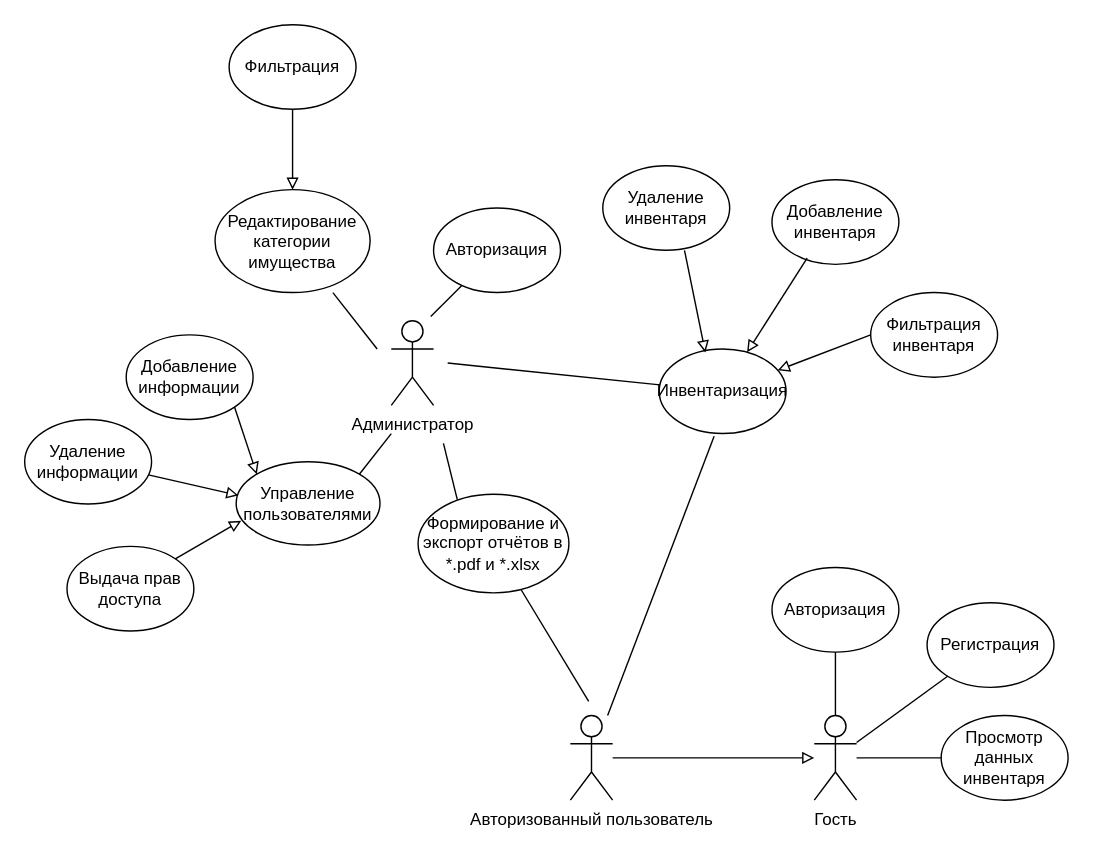
Above: Диаграмма использования 2.0.drawio in kenikor/CourseProject (draw.io), before the change. Source tidied: cells renumbered, new cells numbered last; positions are measured from the earlier drawing's top-left corner, leaving out a move shared by most shapes. Both pictures are drawn from the tidied source at 141%, with x=0, y=0 at pixel (24, 24).
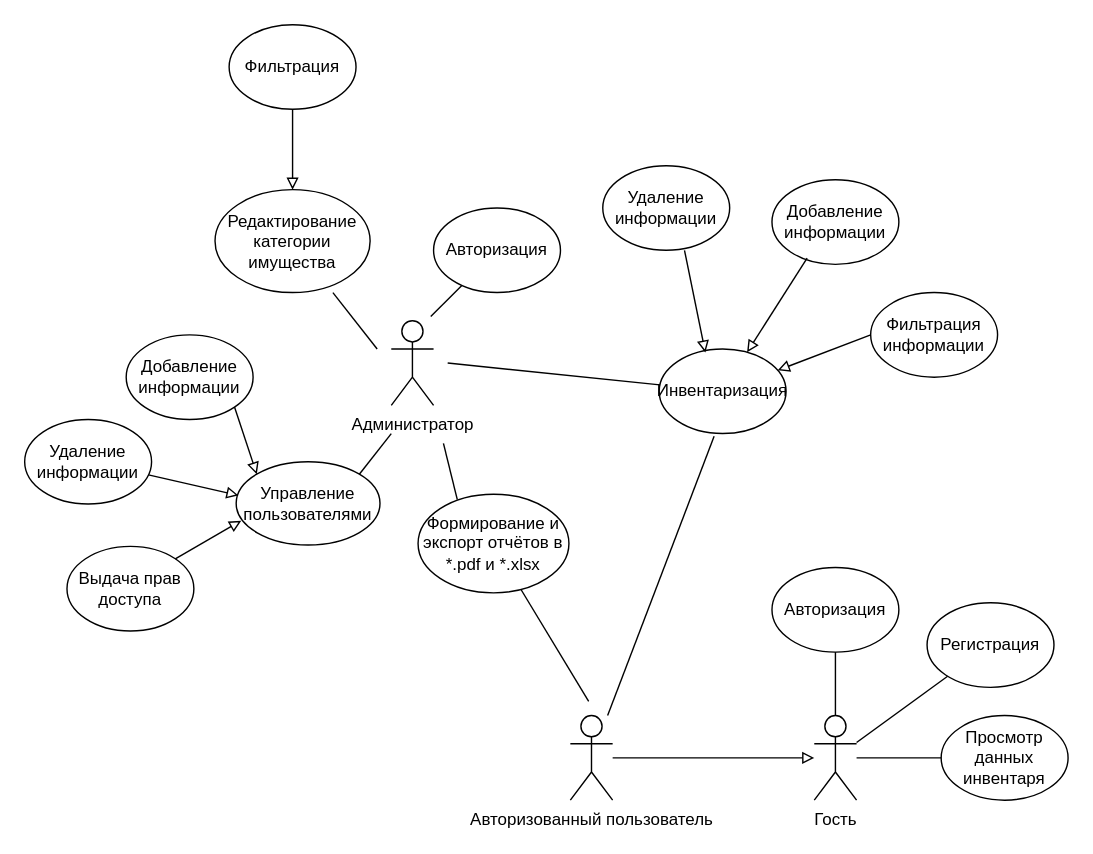
Above is the later version.

Diff of the diagram source:
```diff
@@
-    <mxCell id="18" value="Фильтрация инвентаря" style="ellipse;whiteSpace=wrap;html=1;" parent="1" vertex="1">
+    <mxCell id="18" value="Фильтрация информации" style="ellipse;whiteSpace=wrap;html=1;" parent="1" vertex="1">
       <mxGeometry x="600" y="190" width="90" height="60" as="geometry" />
     </mxCell>
-    <mxCell id="19" value="Добавление инвентаря" style="ellipse;whiteSpace=wrap;html=1;" parent="1" vertex="1">
+    <mxCell id="19" value="Добавление информации" style="ellipse;whiteSpace=wrap;html=1;" parent="1" vertex="1">
       <mxGeometry x="530" y="110" width="90" height="60" as="geometry" />
     </mxCell>
-    <mxCell id="20" value="Удаление инвентаря" style="ellipse;whiteSpace=wrap;html=1;" parent="1" vertex="1">
+    <mxCell id="20" value="Удаление информации" style="ellipse;whiteSpace=wrap;html=1;" parent="1" vertex="1">
       <mxGeometry x="410" y="100" width="90" height="60" as="geometry" />
     </mxCell>
```
